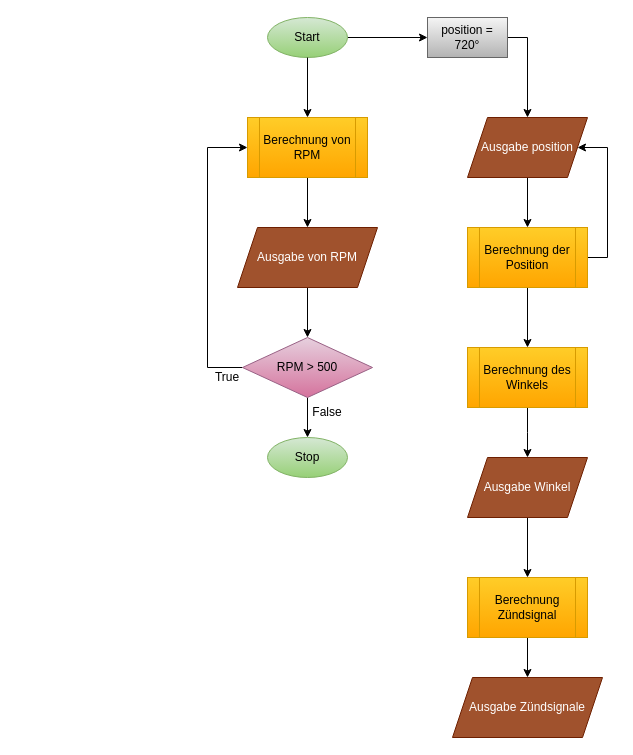
JannekHas/JannekHas keeps this draw.io diagram as Untitled Diagram.drawio. Above is the earlier version. Source tidied: cells renumbered, new cells numbered last; positions are measured from the earlier drawing's top-left corner, leaving out a move shared by most shapes. Both pictures are drawn from the tidied source at 100%, with x=0, y=0 at pixel (197, 17).
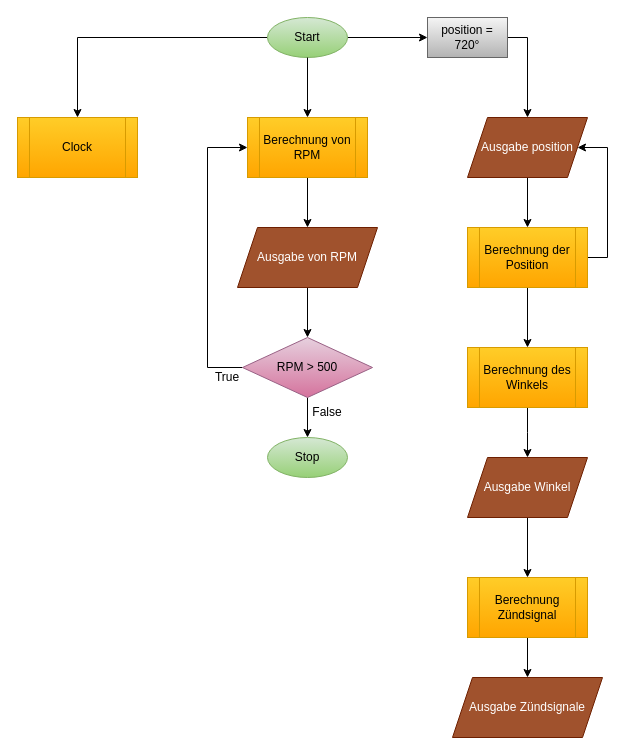
After the change.

Unchanged cells that the change refers to:
```xml
<mxCell id="3" value="Start" style="ellipse;whiteSpace=wrap;html=1;fillColor=#d5e8d4;strokeColor=#82b366;gradientColor=#97d077;" parent="1" vertex="1">
  <mxGeometry x="70" width="80" height="40" as="geometry" />
</mxCell>
```

Diff of the diagram source:
```diff
@@
+    <mxCell id="29" style="edgeStyle=orthogonalEdgeStyle;rounded=0;jettySize=auto;html=1;exitX=0;exitY=0.5;exitDx=0;exitDy=0;entryX=0.5;entryY=0;entryDx=0;entryDy=0;" parent="1" edge="1" source="3" target="30">
+      <mxGeometry relative="1" as="geometry" />
+    </mxCell>
@@
+    <mxCell id="30" value="Clock" style="shape=process;whiteSpace=wrap;html=1;backgroundOutline=1;fillColor=#ffcd28;gradientColor=#ffa500;strokeColor=#d79b00;" parent="1" vertex="1">
+      <mxGeometry x="-180" y="100" width="120" height="60" as="geometry" />
+    </mxCell>
```
